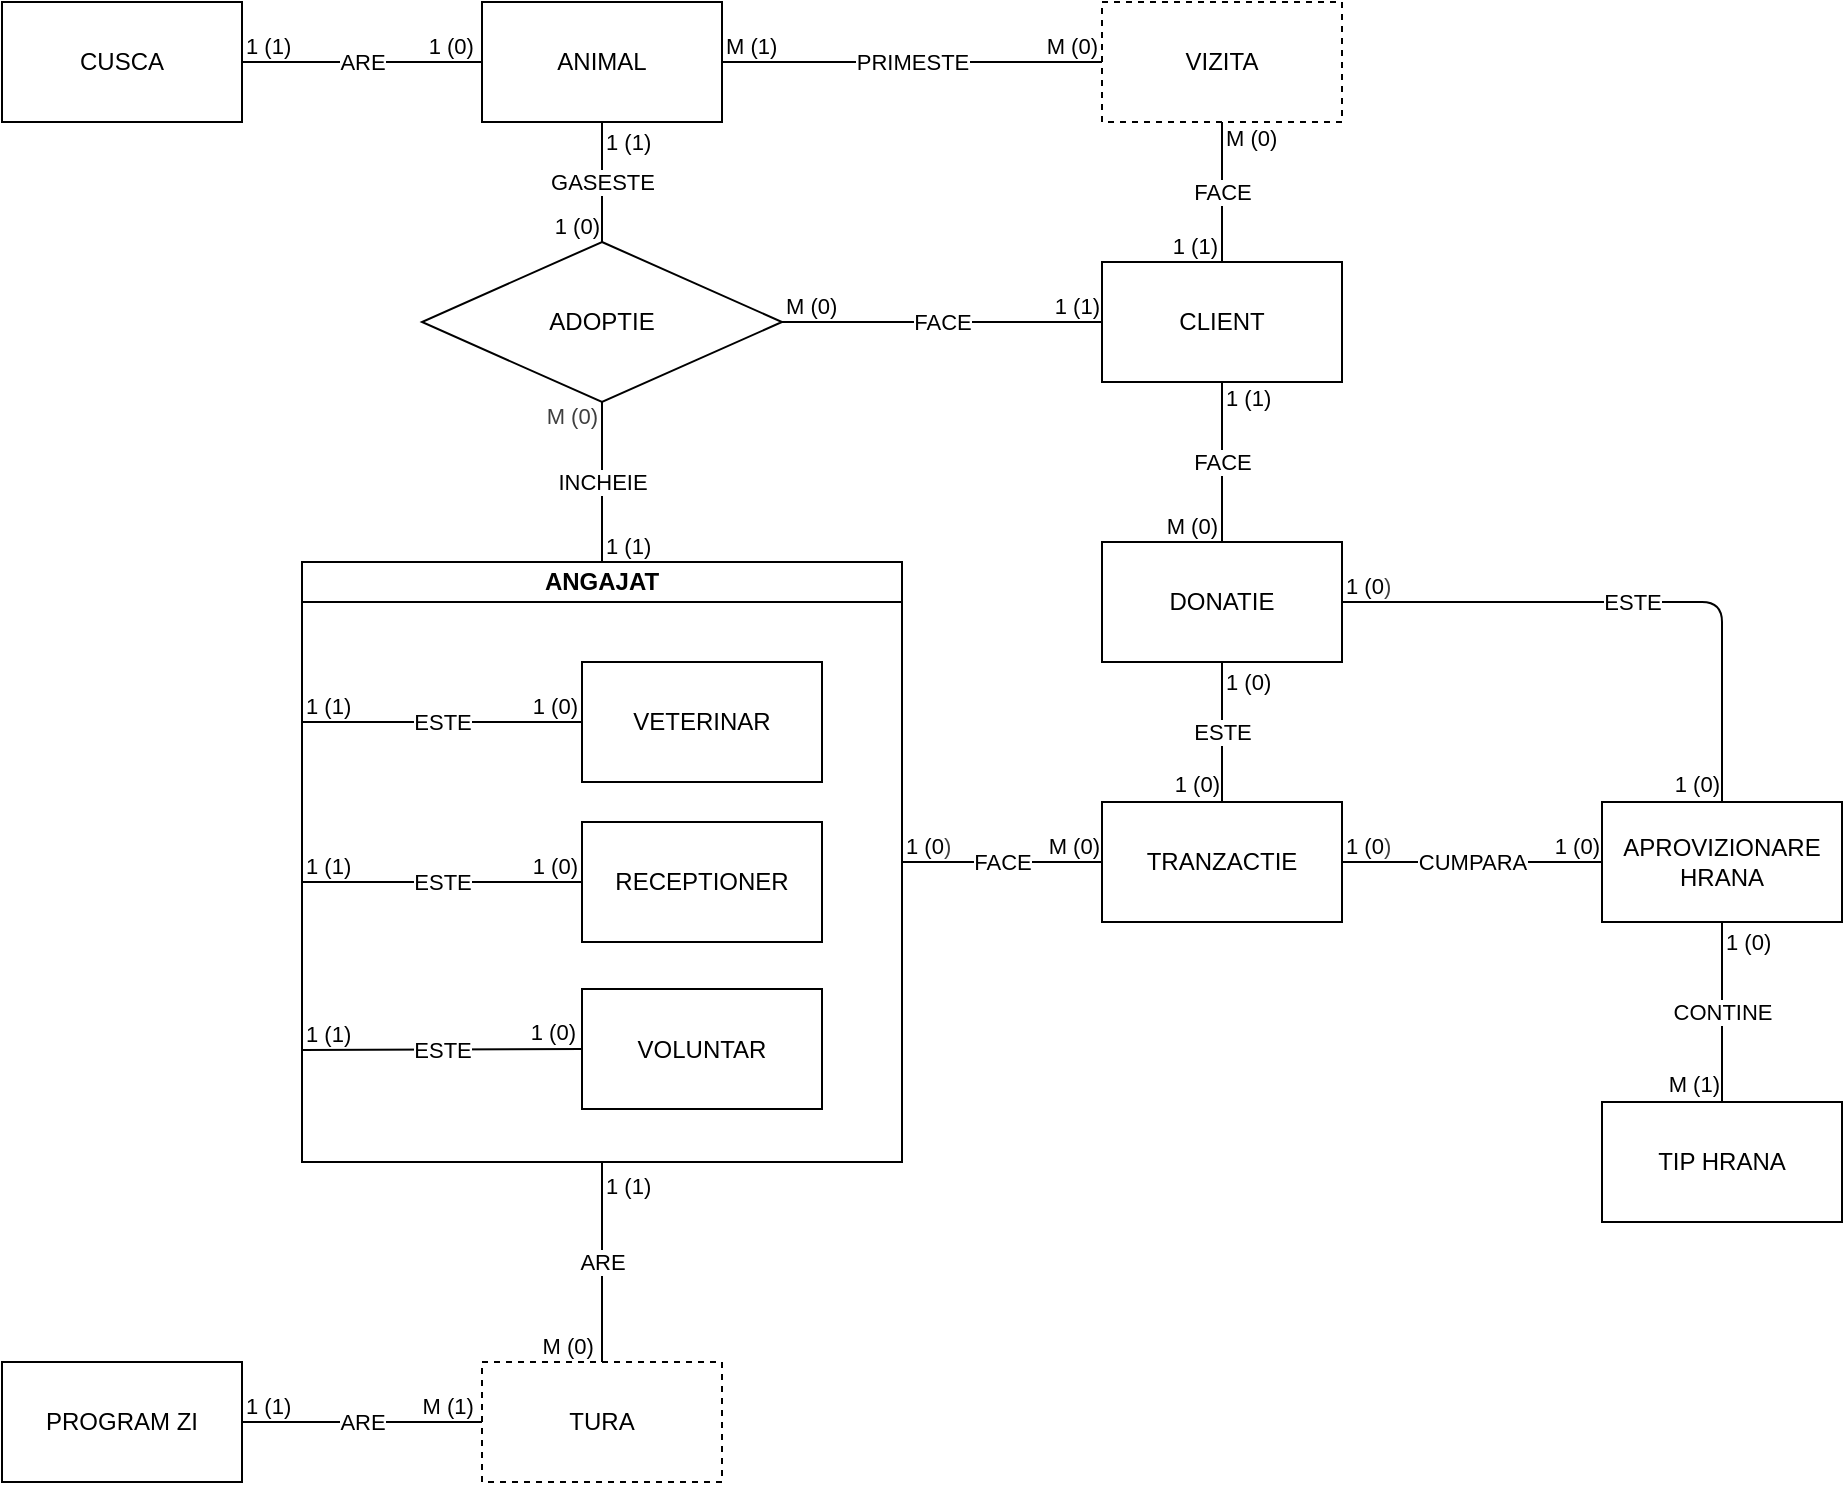
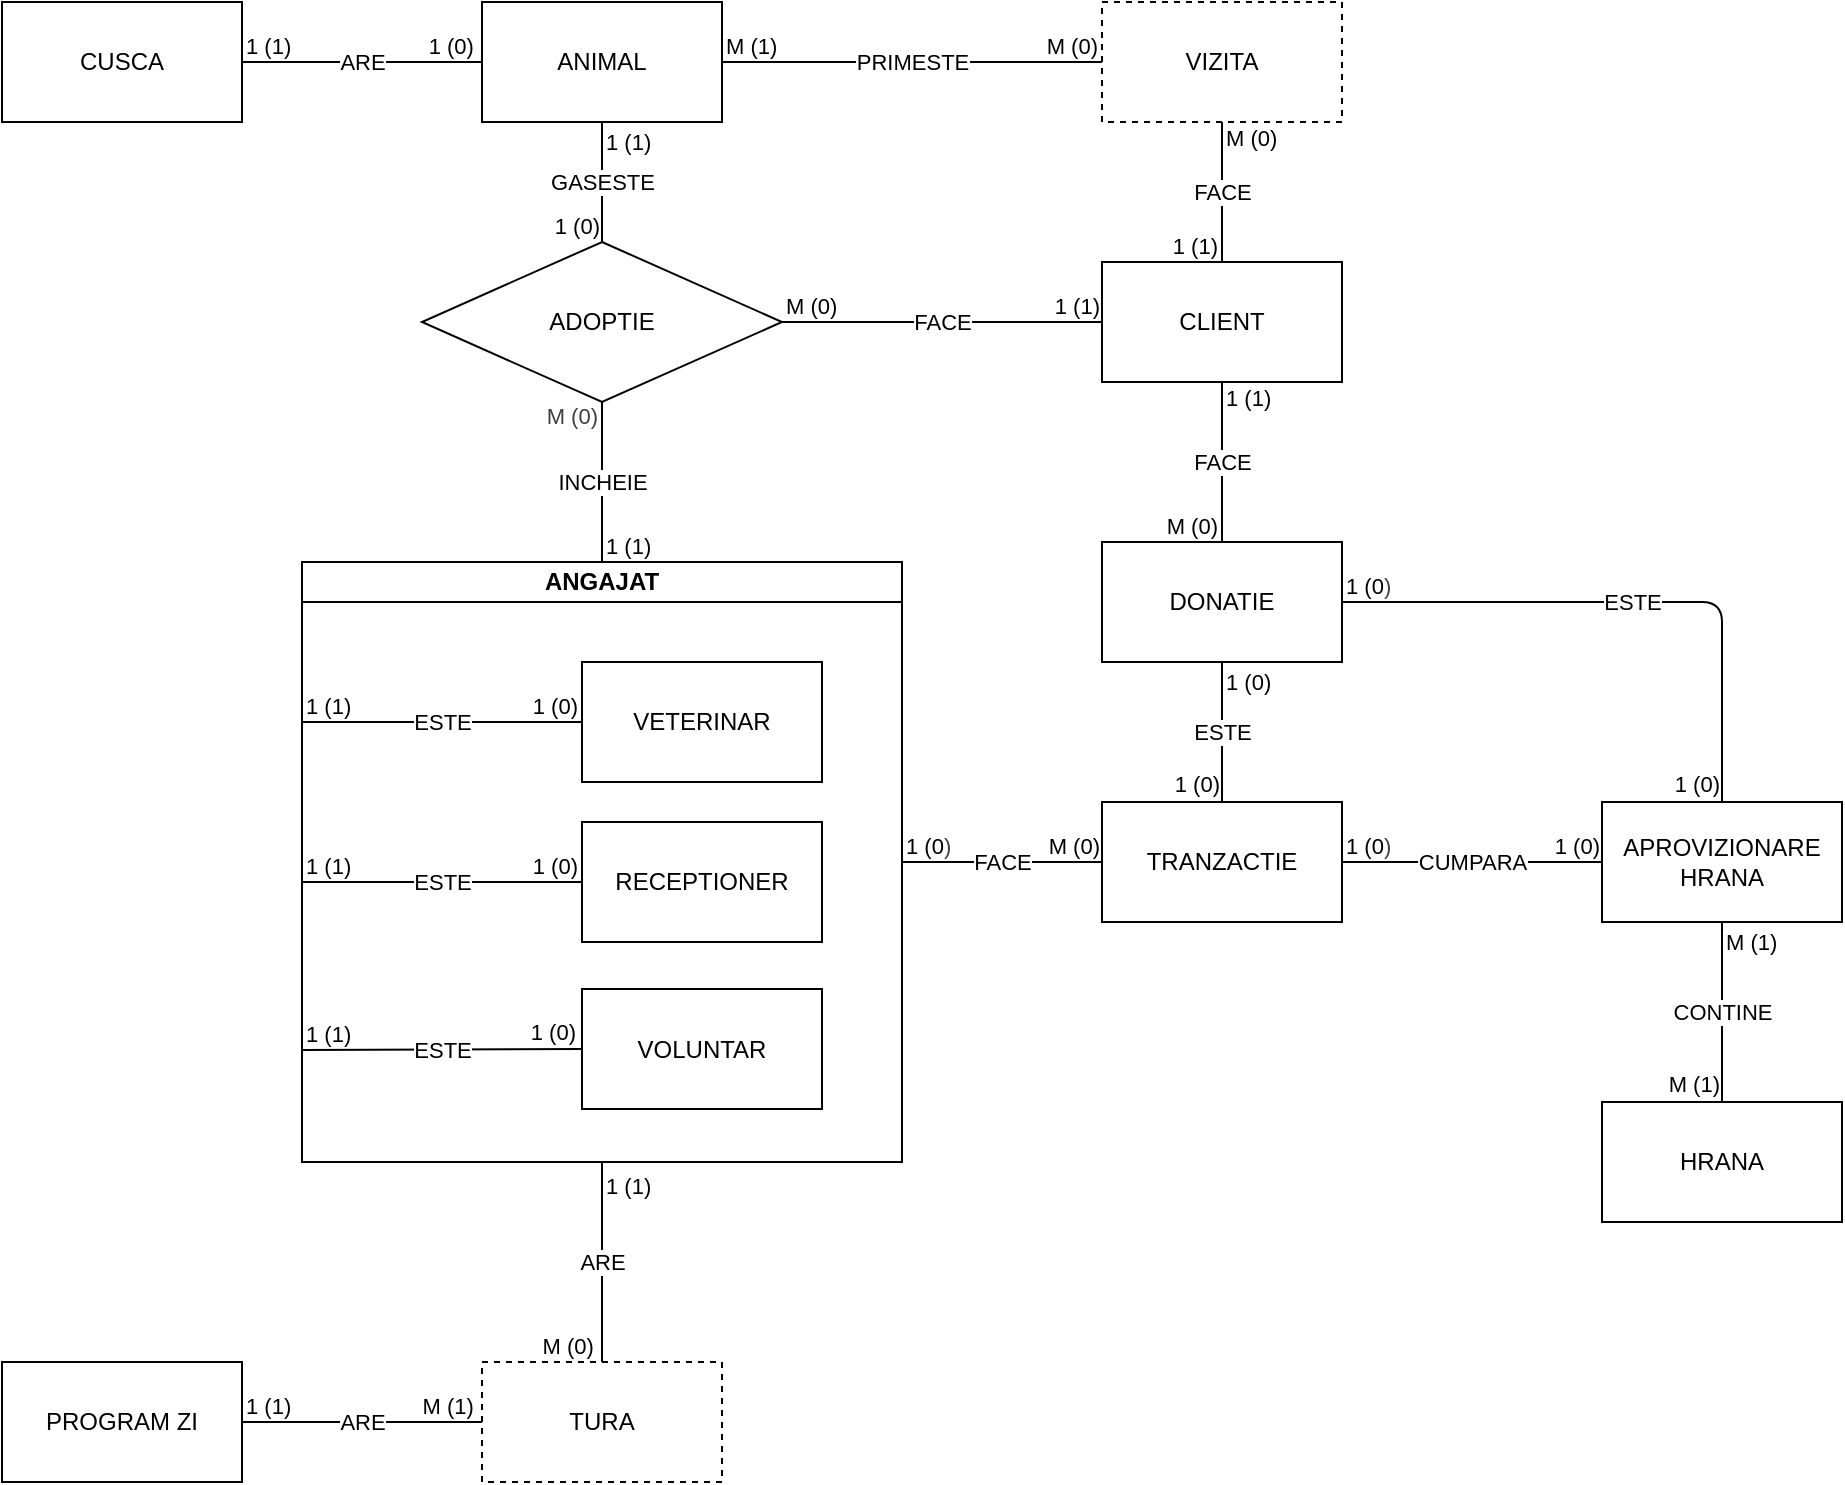
<mxfile host="65bd71144e">
    <diagram id="A1t5_ixmi6wKDEfljeF3" name="Page-1">
-         <mxGraphModel dx="762" dy="554" grid="1" gridSize="10" guides="1" tooltips="1" connect="1" arrows="1" fold="1" page="1" pageScale="1" pageWidth="1169" pageHeight="827" math="0" shadow="0">
+         <mxGraphModel dx="502" dy="299" grid="1" gridSize="10" guides="1" tooltips="1" connect="1" arrows="1" fold="1" page="1" pageScale="1" pageWidth="1169" pageHeight="827" math="0" shadow="0">
            <root>
                <mxCell id="0"/>
                <mxCell id="1" parent="0"/>
                <mxCell id="14" value="ANIMAL" style="rounded=0;whiteSpace=wrap;html=1;" parent="1" vertex="1">
                    <mxGeometry x="440" y="60" width="120" height="60" as="geometry"/>
                </mxCell>
                <mxCell id="17" value="CLIENT" style="rounded=0;whiteSpace=wrap;html=1;" parent="1" vertex="1">
                    <mxGeometry x="750" y="190" width="120" height="60" as="geometry"/>
                </mxCell>
                <mxCell id="22" value="ADOPTIE" style="rhombus;whiteSpace=wrap;html=1;" parent="1" vertex="1">
                    <mxGeometry x="410" y="180" width="180" height="80" as="geometry"/>
                </mxCell>
                <mxCell id="41" value="" style="group" parent="1" vertex="1" connectable="0">
                    <mxGeometry x="350" y="340" width="300" height="300" as="geometry"/>
                </mxCell>
                <mxCell id="16" value="ANGAJAT" style="swimlane;whiteSpace=wrap;html=1;container=0;startSize=20;" parent="41" vertex="1">
                    <mxGeometry width="300" height="300" as="geometry">
                        <mxRectangle x="280" y="160" width="90" height="30" as="alternateBounds"/>
                    </mxGeometry>
                </mxCell>
                <mxCell id="31" value="" style="endArrow=none;html=1;entryX=0;entryY=0.5;entryDx=0;entryDy=0;endFill=0;" parent="41" target="21" edge="1">
                    <mxGeometry relative="1" as="geometry">
                        <mxPoint y="244" as="sourcePoint"/>
                        <mxPoint x="170" y="130" as="targetPoint"/>
                    </mxGeometry>
                </mxCell>
                <mxCell id="32" value="ESTE" style="edgeLabel;resizable=0;html=1;;align=center;verticalAlign=middle;container=0;" parent="31" connectable="0" vertex="1">
                    <mxGeometry relative="1" as="geometry"/>
                </mxCell>
                <mxCell id="33" value="&lt;span style=&quot;color: rgb(0, 0, 0);&quot;&gt;1 (1)&lt;/span&gt;" style="edgeLabel;resizable=0;html=1;;align=left;verticalAlign=bottom;container=0;" parent="31" connectable="0" vertex="1">
                    <mxGeometry x="-1" relative="1" as="geometry"/>
                </mxCell>
                <mxCell id="34" value="&lt;span style=&quot;color: rgb(0, 0, 0); text-align: left;&quot;&gt;1 (0)&lt;/span&gt;" style="edgeLabel;resizable=0;html=1;;align=right;verticalAlign=bottom;container=0;" parent="31" connectable="0" vertex="1">
                    <mxGeometry x="1" relative="1" as="geometry">
                        <mxPoint x="-2" as="offset"/>
                    </mxGeometry>
                </mxCell>
                <mxCell id="35" value="" style="endArrow=none;html=1;entryX=0;entryY=0.5;entryDx=0;entryDy=0;endFill=0;" parent="41" target="19" edge="1">
                    <mxGeometry relative="1" as="geometry">
                        <mxPoint y="80" as="sourcePoint"/>
                        <mxPoint x="170" y="130" as="targetPoint"/>
                        <Array as="points">
                            <mxPoint y="80"/>
                        </Array>
                    </mxGeometry>
                </mxCell>
                <mxCell id="36" value="ESTE" style="edgeLabel;resizable=0;html=1;;align=center;verticalAlign=middle;container=0;" parent="35" connectable="0" vertex="1">
                    <mxGeometry relative="1" as="geometry"/>
                </mxCell>
                <mxCell id="37" value="1 (1)" style="edgeLabel;resizable=0;html=1;;align=left;verticalAlign=bottom;container=0;" parent="35" connectable="0" vertex="1">
                    <mxGeometry x="-1" relative="1" as="geometry"/>
                </mxCell>
                <mxCell id="38" value="&lt;span style=&quot;color: rgb(0, 0, 0); text-align: left;&quot;&gt;1 (0)&lt;/span&gt;" style="edgeLabel;resizable=0;html=1;;align=right;verticalAlign=bottom;container=0;" parent="35" connectable="0" vertex="1">
                    <mxGeometry x="1" relative="1" as="geometry">
                        <mxPoint x="-2" as="offset"/>
                    </mxGeometry>
                </mxCell>
                <mxCell id="19" value="VETERINAR" style="rounded=0;whiteSpace=wrap;html=1;container=0;" parent="41" vertex="1">
                    <mxGeometry x="140" y="50" width="120" height="60" as="geometry"/>
                </mxCell>
                <mxCell id="20" value="RECEPTIONER" style="rounded=0;whiteSpace=wrap;html=1;container=0;" parent="41" vertex="1">
                    <mxGeometry x="140" y="130" width="120" height="60" as="geometry"/>
                </mxCell>
                <mxCell id="21" value="VOLUNTAR" style="rounded=0;whiteSpace=wrap;html=1;container=0;" parent="41" vertex="1">
                    <mxGeometry x="140" y="213.5" width="120" height="60" as="geometry"/>
                </mxCell>
                <mxCell id="27" value="" style="endArrow=none;html=1;entryX=0;entryY=0.5;entryDx=0;entryDy=0;endFill=0;" parent="41" target="20" edge="1">
                    <mxGeometry relative="1" as="geometry">
                        <mxPoint y="160" as="sourcePoint"/>
                        <mxPoint x="160" y="170" as="targetPoint"/>
                    </mxGeometry>
                </mxCell>
                <mxCell id="28" value="ESTE" style="edgeLabel;resizable=0;html=1;;align=center;verticalAlign=middle;container=0;" parent="27" connectable="0" vertex="1">
                    <mxGeometry relative="1" as="geometry"/>
                </mxCell>
                <mxCell id="29" value="&lt;span style=&quot;color: rgb(0, 0, 0);&quot;&gt;1 (1)&lt;/span&gt;" style="edgeLabel;resizable=0;html=1;;align=left;verticalAlign=bottom;container=0;" parent="27" connectable="0" vertex="1">
                    <mxGeometry x="-1" relative="1" as="geometry"/>
                </mxCell>
                <mxCell id="30" value="&lt;span style=&quot;color: rgb(0, 0, 0); text-align: left;&quot;&gt;1 (0)&lt;/span&gt;" style="edgeLabel;resizable=0;html=1;;align=right;verticalAlign=bottom;container=0;" parent="27" connectable="0" vertex="1">
                    <mxGeometry x="1" relative="1" as="geometry">
                        <mxPoint x="-2" as="offset"/>
                    </mxGeometry>
                </mxCell>
                <mxCell id="42" value="TURA" style="rounded=0;whiteSpace=wrap;html=1;dashed=1;" parent="1" vertex="1">
                    <mxGeometry x="440" y="740" width="120" height="60" as="geometry"/>
                </mxCell>
                <mxCell id="44" value="CUSCA" style="rounded=0;whiteSpace=wrap;html=1;" parent="1" vertex="1">
                    <mxGeometry x="200" y="60" width="120" height="60" as="geometry"/>
                </mxCell>
                <mxCell id="45" value="" style="endArrow=none;html=1;entryX=0.5;entryY=1;entryDx=0;entryDy=0;exitX=0.5;exitY=0;exitDx=0;exitDy=0;edgeStyle=orthogonalEdgeStyle;elbow=vertical;endFill=0;" parent="1" source="16" target="22" edge="1">
                    <mxGeometry relative="1" as="geometry">
                        <mxPoint x="370" y="400" as="sourcePoint"/>
                        <mxPoint x="530" y="400" as="targetPoint"/>
                    </mxGeometry>
                </mxCell>
                <mxCell id="46" value="INCHEIE" style="edgeLabel;resizable=0;html=1;;align=center;verticalAlign=middle;" parent="45" connectable="0" vertex="1">
                    <mxGeometry relative="1" as="geometry"/>
                </mxCell>
                <mxCell id="47" value="1 (1)" style="edgeLabel;resizable=0;html=1;;align=left;verticalAlign=bottom;" parent="45" connectable="0" vertex="1">
                    <mxGeometry x="-1" relative="1" as="geometry"/>
                </mxCell>
                <mxCell id="48" value="&lt;div&gt;&lt;span style=&quot;background-color: light-dark(#ffffff, var(--ge-dark-color, #121212)); color: rgb(63, 63, 63);&quot;&gt;M (0)&lt;/span&gt;&lt;/div&gt;" style="edgeLabel;resizable=0;html=1;;align=right;verticalAlign=bottom;" parent="45" connectable="0" vertex="1">
                    <mxGeometry x="1" relative="1" as="geometry">
                        <mxPoint x="-2" y="15" as="offset"/>
                    </mxGeometry>
                </mxCell>
                <mxCell id="49" value="" style="endArrow=none;html=1;entryX=0.5;entryY=0;entryDx=0;entryDy=0;exitX=0.5;exitY=1;exitDx=0;exitDy=0;endFill=0;" parent="1" source="16" target="42" edge="1">
                    <mxGeometry relative="1" as="geometry">
                        <mxPoint x="90" y="524" as="sourcePoint"/>
                        <mxPoint x="250" y="524" as="targetPoint"/>
                    </mxGeometry>
                </mxCell>
                <mxCell id="50" value="ARE" style="edgeLabel;resizable=0;html=1;;align=center;verticalAlign=middle;" parent="49" connectable="0" vertex="1">
                    <mxGeometry relative="1" as="geometry"/>
                </mxCell>
                <mxCell id="51" value="1 (1)" style="edgeLabel;resizable=0;html=1;;align=left;verticalAlign=bottom;" parent="49" connectable="0" vertex="1">
                    <mxGeometry x="-1" relative="1" as="geometry">
                        <mxPoint y="20" as="offset"/>
                    </mxGeometry>
                </mxCell>
                <mxCell id="52" value="M (0)&amp;nbsp;" style="edgeLabel;resizable=0;html=1;;align=right;verticalAlign=bottom;" parent="49" connectable="0" vertex="1">
                    <mxGeometry x="1" relative="1" as="geometry">
                        <mxPoint x="-1" as="offset"/>
                    </mxGeometry>
                </mxCell>
                <mxCell id="54" value="" style="endArrow=none;html=1;exitX=1;exitY=0.5;exitDx=0;exitDy=0;entryX=0;entryY=0.5;entryDx=0;entryDy=0;endFill=0;" parent="1" source="22" target="17" edge="1">
                    <mxGeometry relative="1" as="geometry">
                        <mxPoint x="370" y="400" as="sourcePoint"/>
                        <mxPoint x="530" y="400" as="targetPoint"/>
                    </mxGeometry>
                </mxCell>
                <mxCell id="55" value="FACE" style="edgeLabel;resizable=0;html=1;;align=center;verticalAlign=middle;" parent="54" connectable="0" vertex="1">
                    <mxGeometry relative="1" as="geometry"/>
                </mxCell>
                <mxCell id="56" value="M (0)" style="edgeLabel;resizable=0;html=1;;align=left;verticalAlign=bottom;" parent="54" connectable="0" vertex="1">
                    <mxGeometry x="-1" relative="1" as="geometry"/>
                </mxCell>
                <mxCell id="57" value="1 (1)" style="edgeLabel;resizable=0;html=1;;align=right;verticalAlign=bottom;" parent="54" connectable="0" vertex="1">
                    <mxGeometry x="1" relative="1" as="geometry">
                        <mxPoint x="-1" as="offset"/>
                    </mxGeometry>
                </mxCell>
                <mxCell id="58" value="" style="endArrow=none;html=1;exitX=0.5;exitY=1;exitDx=0;exitDy=0;entryX=0.5;entryY=0;entryDx=0;entryDy=0;endFill=0;" parent="1" source="14" target="22" edge="1">
                    <mxGeometry relative="1" as="geometry">
                        <mxPoint x="370" y="400" as="sourcePoint"/>
                        <mxPoint x="530" y="400" as="targetPoint"/>
                    </mxGeometry>
                </mxCell>
                <mxCell id="59" value="GASESTE" style="edgeLabel;resizable=0;html=1;;align=center;verticalAlign=middle;" parent="58" connectable="0" vertex="1">
                    <mxGeometry relative="1" as="geometry"/>
                </mxCell>
                <mxCell id="60" value="1 (1)" style="edgeLabel;resizable=0;html=1;;align=left;verticalAlign=bottom;" parent="58" connectable="0" vertex="1">
                    <mxGeometry x="-1" relative="1" as="geometry">
                        <mxPoint y="18" as="offset"/>
                    </mxGeometry>
                </mxCell>
                <mxCell id="61" value="1 (0)" style="edgeLabel;resizable=0;html=1;;align=right;verticalAlign=bottom;" parent="58" connectable="0" vertex="1">
                    <mxGeometry x="1" relative="1" as="geometry">
                        <mxPoint x="-1" as="offset"/>
                    </mxGeometry>
                </mxCell>
                <mxCell id="62" value="" style="endArrow=none;html=1;exitX=1;exitY=0.5;exitDx=0;exitDy=0;entryX=0;entryY=0.5;entryDx=0;entryDy=0;endFill=0;" parent="1" source="44" target="14" edge="1">
                    <mxGeometry relative="1" as="geometry">
                        <mxPoint x="370" y="400" as="sourcePoint"/>
                        <mxPoint x="530" y="400" as="targetPoint"/>
                    </mxGeometry>
                </mxCell>
                <mxCell id="63" value="ARE" style="edgeLabel;resizable=0;html=1;;align=center;verticalAlign=middle;" parent="62" connectable="0" vertex="1">
                    <mxGeometry relative="1" as="geometry"/>
                </mxCell>
                <mxCell id="64" value="1 (1)" style="edgeLabel;resizable=0;html=1;;align=left;verticalAlign=bottom;" parent="62" connectable="0" vertex="1">
                    <mxGeometry x="-1" relative="1" as="geometry"/>
                </mxCell>
                <mxCell id="65" value="1 (0)&amp;nbsp;" style="edgeLabel;resizable=0;html=1;;align=right;verticalAlign=bottom;" parent="62" connectable="0" vertex="1">
                    <mxGeometry x="1" relative="1" as="geometry">
                        <mxPoint x="-1" as="offset"/>
                    </mxGeometry>
                </mxCell>
                <mxCell id="72" value="" style="endArrow=none;html=1;entryX=0.5;entryY=0;entryDx=0;entryDy=0;endFill=0;exitX=0.5;exitY=1;exitDx=0;exitDy=0;" parent="1" source="90" target="17" edge="1">
                    <mxGeometry relative="1" as="geometry">
                        <mxPoint x="1030" y="190" as="sourcePoint"/>
                        <mxPoint x="610" y="490" as="targetPoint"/>
                    </mxGeometry>
                </mxCell>
                <mxCell id="73" value="FACE" style="edgeLabel;resizable=0;html=1;;align=center;verticalAlign=middle;" parent="72" connectable="0" vertex="1">
                    <mxGeometry relative="1" as="geometry"/>
                </mxCell>
                <mxCell id="74" value="M (0)" style="edgeLabel;resizable=0;html=1;;align=left;verticalAlign=bottom;" parent="72" connectable="0" vertex="1">
                    <mxGeometry x="-1" relative="1" as="geometry">
                        <mxPoint y="16" as="offset"/>
                    </mxGeometry>
                </mxCell>
                <mxCell id="75" value="1 (1)" style="edgeLabel;resizable=0;html=1;;align=right;verticalAlign=bottom;" parent="72" connectable="0" vertex="1">
                    <mxGeometry x="1" relative="1" as="geometry">
                        <mxPoint x="-2" as="offset"/>
                    </mxGeometry>
                </mxCell>
                <mxCell id="78" value="" style="endArrow=none;html=1;exitX=1;exitY=0.5;exitDx=0;exitDy=0;endFill=0;entryX=0;entryY=0.5;entryDx=0;entryDy=0;" parent="1" source="14" target="90" edge="1">
                    <mxGeometry relative="1" as="geometry">
                        <mxPoint x="670" y="89.55000000000001" as="sourcePoint"/>
                        <mxPoint x="900" y="100" as="targetPoint"/>
                        <Array as="points"/>
                    </mxGeometry>
                </mxCell>
                <mxCell id="79" value="PRIMESTE" style="edgeLabel;resizable=0;html=1;;align=center;verticalAlign=middle;" parent="78" connectable="0" vertex="1">
                    <mxGeometry relative="1" as="geometry"/>
                </mxCell>
                <mxCell id="80" value="M (1)" style="edgeLabel;resizable=0;html=1;;align=left;verticalAlign=bottom;" parent="78" connectable="0" vertex="1">
                    <mxGeometry x="-1" relative="1" as="geometry"/>
                </mxCell>
                <mxCell id="81" value="M (0)" style="edgeLabel;resizable=0;html=1;;align=right;verticalAlign=bottom;" parent="78" connectable="0" vertex="1">
                    <mxGeometry x="1" relative="1" as="geometry">
                        <mxPoint x="-2" as="offset"/>
                    </mxGeometry>
                </mxCell>
                <mxCell id="83" value="PROGRAM ZI" style="rounded=0;whiteSpace=wrap;html=1;" parent="1" vertex="1">
                    <mxGeometry x="200" y="740" width="120" height="60" as="geometry"/>
                </mxCell>
                <mxCell id="84" value="" style="endArrow=none;html=1;exitX=1;exitY=0.5;exitDx=0;exitDy=0;entryX=0;entryY=0.5;entryDx=0;entryDy=0;endFill=0;" parent="1" source="83" target="42" edge="1">
                    <mxGeometry relative="1" as="geometry">
                        <mxPoint x="440" y="710" as="sourcePoint"/>
                        <mxPoint x="600" y="710" as="targetPoint"/>
                    </mxGeometry>
                </mxCell>
                <mxCell id="85" value="ARE" style="edgeLabel;resizable=0;html=1;;align=center;verticalAlign=middle;" parent="84" connectable="0" vertex="1">
                    <mxGeometry relative="1" as="geometry"/>
                </mxCell>
                <mxCell id="86" value="1 (1)" style="edgeLabel;resizable=0;html=1;;align=left;verticalAlign=bottom;" parent="84" connectable="0" vertex="1">
                    <mxGeometry x="-1" relative="1" as="geometry"/>
                </mxCell>
                <mxCell id="87" value="M (1)&amp;nbsp;" style="edgeLabel;resizable=0;html=1;;align=right;verticalAlign=bottom;" parent="84" connectable="0" vertex="1">
                    <mxGeometry x="1" relative="1" as="geometry">
                        <mxPoint x="-1" as="offset"/>
                    </mxGeometry>
                </mxCell>
                <mxCell id="90" value="VIZITA" style="rounded=0;whiteSpace=wrap;html=1;dashed=1;" parent="1" vertex="1">
                    <mxGeometry x="750" y="60" width="120" height="60" as="geometry"/>
                </mxCell>
-                 <mxCell id="91" value="TRANZACTIE" style="rounded=0;whiteSpace=wrap;html=1;" vertex="1" parent="1">
+                 <mxCell id="91" value="TRANZACTIE" style="rounded=0;whiteSpace=wrap;html=1;" parent="1" vertex="1">
                    <mxGeometry x="750" y="460" width="120" height="60" as="geometry"/>
                </mxCell>
-                 <mxCell id="92" value="" style="endArrow=none;html=1;exitX=1;exitY=0.5;exitDx=0;exitDy=0;entryX=0;entryY=0.5;entryDx=0;entryDy=0;endFill=0;" edge="1" parent="1" source="16" target="91">
+                 <mxCell id="92" value="" style="endArrow=none;html=1;exitX=1;exitY=0.5;exitDx=0;exitDy=0;entryX=0;entryY=0.5;entryDx=0;entryDy=0;endFill=0;" parent="1" source="16" target="91" edge="1">
                    <mxGeometry relative="1" as="geometry">
                        <mxPoint x="600" y="230" as="sourcePoint"/>
                        <mxPoint x="760" y="230" as="targetPoint"/>
                    </mxGeometry>
                </mxCell>
-                 <mxCell id="93" value="FACE" style="edgeLabel;resizable=0;html=1;;align=center;verticalAlign=middle;" connectable="0" vertex="1" parent="92">
-                     <mxGeometry relative="1" as="geometry"/>
-                 </mxCell>
-                 <mxCell id="94" value="1 (0&lt;span style=&quot;color: rgb(63, 63, 63); background-color: light-dark(#ffffff, var(--ge-dark-color, #121212));&quot;&gt;)&lt;/span&gt;" style="edgeLabel;resizable=0;html=1;;align=left;verticalAlign=bottom;" connectable="0" vertex="1" parent="92">
-                     <mxGeometry x="-1" relative="1" as="geometry"/>
-                 </mxCell>
-                 <mxCell id="95" value="M (0)" style="edgeLabel;resizable=0;html=1;;align=right;verticalAlign=bottom;" connectable="0" vertex="1" parent="92">
-                     <mxGeometry x="1" relative="1" as="geometry">
-                         <mxPoint x="-1" as="offset"/>
-                     </mxGeometry>
-                 </mxCell>
-                 <mxCell id="96" value="DONATIE" style="rounded=0;whiteSpace=wrap;html=1;" vertex="1" parent="1">
+                 <mxCell id="93" value="FACE" style="edgeLabel;resizable=0;html=1;;align=center;verticalAlign=middle;" parent="92" connectable="0" vertex="1">
+                     <mxGeometry relative="1" as="geometry"/>
+                 </mxCell>
+                 <mxCell id="94" value="1 (0&lt;span style=&quot;color: rgb(63, 63, 63); background-color: light-dark(#ffffff, var(--ge-dark-color, #121212));&quot;&gt;)&lt;/span&gt;" style="edgeLabel;resizable=0;html=1;;align=left;verticalAlign=bottom;" parent="92" connectable="0" vertex="1">
+                     <mxGeometry x="-1" relative="1" as="geometry"/>
+                 </mxCell>
+                 <mxCell id="95" value="M (0)" style="edgeLabel;resizable=0;html=1;;align=right;verticalAlign=bottom;" parent="92" connectable="0" vertex="1">
+                     <mxGeometry x="1" relative="1" as="geometry">
+                         <mxPoint x="-1" as="offset"/>
+                     </mxGeometry>
+                 </mxCell>
+                 <mxCell id="96" value="DONATIE" style="rounded=0;whiteSpace=wrap;html=1;" parent="1" vertex="1">
                    <mxGeometry x="750" y="330" width="120" height="60" as="geometry"/>
                </mxCell>
-                 <mxCell id="97" value="APROVIZIONARE&lt;div&gt;HRANA&lt;/div&gt;" style="rounded=0;whiteSpace=wrap;html=1;" vertex="1" parent="1">
+                 <mxCell id="97" value="APROVIZIONARE&lt;div&gt;HRANA&lt;/div&gt;" style="rounded=0;whiteSpace=wrap;html=1;" parent="1" vertex="1">
                    <mxGeometry x="1000" y="460" width="120" height="60" as="geometry"/>
                </mxCell>
-                 <mxCell id="98" value="TIP HRANA" style="rounded=0;whiteSpace=wrap;html=1;" vertex="1" parent="1">
+                 <mxCell id="98" value="HRANA" style="rounded=0;whiteSpace=wrap;html=1;" parent="1" vertex="1">
                    <mxGeometry x="1000" y="610" width="120" height="60" as="geometry"/>
                </mxCell>
-                 <mxCell id="99" value="ESTE" style="endArrow=none;html=1;exitX=0.5;exitY=1;exitDx=0;exitDy=0;endFill=0;" edge="1" parent="1" source="96">
+                 <mxCell id="99" value="ESTE" style="endArrow=none;html=1;exitX=0.5;exitY=1;exitDx=0;exitDy=0;endFill=0;" parent="1" source="96" edge="1">
                    <mxGeometry relative="1" as="geometry">
                        <mxPoint x="660" y="500" as="sourcePoint"/>
                        <mxPoint x="810" y="460" as="targetPoint"/>
                    </mxGeometry>
                </mxCell>
-                 <mxCell id="101" value="1 (0)" style="edgeLabel;resizable=0;html=1;;align=left;verticalAlign=bottom;" connectable="0" vertex="1" parent="99">
+                 <mxCell id="101" value="1 (0)" style="edgeLabel;resizable=0;html=1;;align=left;verticalAlign=bottom;" parent="99" connectable="0" vertex="1">
                    <mxGeometry x="-1" relative="1" as="geometry">
                        <mxPoint y="18" as="offset"/>
                    </mxGeometry>
                </mxCell>
-                 <mxCell id="102" value="1 (0)" style="edgeLabel;resizable=0;html=1;;align=right;verticalAlign=bottom;" connectable="0" vertex="1" parent="99">
+                 <mxCell id="102" value="1 (0)" style="edgeLabel;resizable=0;html=1;;align=right;verticalAlign=bottom;" parent="99" connectable="0" vertex="1">
                    <mxGeometry x="1" relative="1" as="geometry">
                        <mxPoint x="-1" y="-1" as="offset"/>
                    </mxGeometry>
                </mxCell>
-                 <mxCell id="107" value="" style="endArrow=none;html=1;exitX=1;exitY=0.5;exitDx=0;exitDy=0;entryX=0;entryY=0.5;entryDx=0;entryDy=0;endFill=0;" edge="1" parent="1" source="91" target="97">
+                 <mxCell id="107" value="" style="endArrow=none;html=1;exitX=1;exitY=0.5;exitDx=0;exitDy=0;entryX=0;entryY=0.5;entryDx=0;entryDy=0;endFill=0;" parent="1" source="91" target="97" edge="1">
                    <mxGeometry relative="1" as="geometry">
                        <mxPoint x="890" y="570" as="sourcePoint"/>
                        <mxPoint x="990" y="570" as="targetPoint"/>
                    </mxGeometry>
                </mxCell>
-                 <mxCell id="108" value="CUMPARA" style="edgeLabel;resizable=0;html=1;;align=center;verticalAlign=middle;" connectable="0" vertex="1" parent="107">
-                     <mxGeometry relative="1" as="geometry"/>
-                 </mxCell>
-                 <mxCell id="109" value="1 (0&lt;span style=&quot;color: rgb(63, 63, 63); background-color: light-dark(#ffffff, var(--ge-dark-color, #121212));&quot;&gt;)&lt;/span&gt;" style="edgeLabel;resizable=0;html=1;;align=left;verticalAlign=bottom;" connectable="0" vertex="1" parent="107">
-                     <mxGeometry x="-1" relative="1" as="geometry"/>
-                 </mxCell>
-                 <mxCell id="110" value="1 (0)" style="edgeLabel;resizable=0;html=1;;align=right;verticalAlign=bottom;" connectable="0" vertex="1" parent="107">
-                     <mxGeometry x="1" relative="1" as="geometry">
-                         <mxPoint x="-1" as="offset"/>
-                     </mxGeometry>
-                 </mxCell>
-                 <mxCell id="111" value="CONTINE" style="endArrow=none;html=1;entryX=0.5;entryY=0;entryDx=0;entryDy=0;endFill=0;exitX=0.5;exitY=1;exitDx=0;exitDy=0;" edge="1" parent="1" source="97" target="98">
+                 <mxCell id="108" value="CUMPARA" style="edgeLabel;resizable=0;html=1;;align=center;verticalAlign=middle;" parent="107" connectable="0" vertex="1">
+                     <mxGeometry relative="1" as="geometry"/>
+                 </mxCell>
+                 <mxCell id="109" value="1 (0&lt;span style=&quot;color: rgb(63, 63, 63); background-color: light-dark(#ffffff, var(--ge-dark-color, #121212));&quot;&gt;)&lt;/span&gt;" style="edgeLabel;resizable=0;html=1;;align=left;verticalAlign=bottom;" parent="107" connectable="0" vertex="1">
+                     <mxGeometry x="-1" relative="1" as="geometry"/>
+                 </mxCell>
+                 <mxCell id="110" value="1 (0)" style="edgeLabel;resizable=0;html=1;;align=right;verticalAlign=bottom;" parent="107" connectable="0" vertex="1">
+                     <mxGeometry x="1" relative="1" as="geometry">
+                         <mxPoint x="-1" as="offset"/>
+                     </mxGeometry>
+                 </mxCell>
+                 <mxCell id="111" value="CONTINE" style="endArrow=none;html=1;entryX=0.5;entryY=0;entryDx=0;entryDy=0;endFill=0;exitX=0.5;exitY=1;exitDx=0;exitDy=0;" parent="1" source="97" target="98" edge="1">
                    <mxGeometry relative="1" as="geometry">
                        <mxPoint x="1080" y="590" as="sourcePoint"/>
                        <mxPoint x="900" y="350" as="targetPoint"/>
                    </mxGeometry>
                </mxCell>
-                 <mxCell id="112" value="1 (0)" style="edgeLabel;resizable=0;html=1;;align=left;verticalAlign=bottom;" connectable="0" vertex="1" parent="111">
+                 <mxCell id="112" value="M (1)" style="edgeLabel;resizable=0;html=1;;align=left;verticalAlign=bottom;" parent="111" connectable="0" vertex="1">
                    <mxGeometry x="-1" relative="1" as="geometry">
                        <mxPoint y="18" as="offset"/>
                    </mxGeometry>
                </mxCell>
-                 <mxCell id="113" value="M (1)" style="edgeLabel;resizable=0;html=1;;align=right;verticalAlign=bottom;" connectable="0" vertex="1" parent="111">
+                 <mxCell id="113" value="M (1)" style="edgeLabel;resizable=0;html=1;;align=right;verticalAlign=bottom;" parent="111" connectable="0" vertex="1">
                    <mxGeometry x="1" relative="1" as="geometry">
                        <mxPoint x="-1" y="-1" as="offset"/>
                    </mxGeometry>
                </mxCell>
-                 <mxCell id="114" value="" style="endArrow=none;html=1;exitX=1;exitY=0.5;exitDx=0;exitDy=0;entryX=0.5;entryY=0;entryDx=0;entryDy=0;endFill=0;" edge="1" parent="1" source="96" target="97">
+                 <mxCell id="114" value="" style="endArrow=none;html=1;exitX=1;exitY=0.5;exitDx=0;exitDy=0;entryX=0.5;entryY=0;entryDx=0;entryDy=0;endFill=0;" parent="1" source="96" target="97" edge="1">
                    <mxGeometry relative="1" as="geometry">
                        <mxPoint x="910" y="640" as="sourcePoint"/>
                        <mxPoint x="1040" y="640" as="targetPoint"/>
                        <Array as="points">
                            <mxPoint x="1060" y="360"/>
                        </Array>
                    </mxGeometry>
                </mxCell>
-                 <mxCell id="115" value="ESTE" style="edgeLabel;resizable=0;html=1;;align=center;verticalAlign=middle;" connectable="0" vertex="1" parent="114">
-                     <mxGeometry relative="1" as="geometry"/>
-                 </mxCell>
-                 <mxCell id="116" value="1 (0&lt;span style=&quot;color: rgb(63, 63, 63); background-color: light-dark(#ffffff, var(--ge-dark-color, #121212));&quot;&gt;)&lt;/span&gt;" style="edgeLabel;resizable=0;html=1;;align=left;verticalAlign=bottom;" connectable="0" vertex="1" parent="114">
-                     <mxGeometry x="-1" relative="1" as="geometry"/>
-                 </mxCell>
-                 <mxCell id="117" value="1 (0)" style="edgeLabel;resizable=0;html=1;;align=right;verticalAlign=bottom;" connectable="0" vertex="1" parent="114">
+                 <mxCell id="115" value="ESTE" style="edgeLabel;resizable=0;html=1;;align=center;verticalAlign=middle;" parent="114" connectable="0" vertex="1">
+                     <mxGeometry relative="1" as="geometry"/>
+                 </mxCell>
+                 <mxCell id="116" value="1 (0&lt;span style=&quot;color: rgb(63, 63, 63); background-color: light-dark(#ffffff, var(--ge-dark-color, #121212));&quot;&gt;)&lt;/span&gt;" style="edgeLabel;resizable=0;html=1;;align=left;verticalAlign=bottom;" parent="114" connectable="0" vertex="1">
+                     <mxGeometry x="-1" relative="1" as="geometry"/>
+                 </mxCell>
+                 <mxCell id="117" value="1 (0)" style="edgeLabel;resizable=0;html=1;;align=right;verticalAlign=bottom;" parent="114" connectable="0" vertex="1">
                    <mxGeometry x="1" relative="1" as="geometry">
                        <mxPoint x="-1" y="-1" as="offset"/>
                    </mxGeometry>
                </mxCell>
-                 <mxCell id="120" value="" style="endArrow=none;html=1;entryX=0.5;entryY=0;entryDx=0;entryDy=0;endFill=0;exitX=0.5;exitY=1;exitDx=0;exitDy=0;" edge="1" parent="1" source="17" target="96">
+                 <mxCell id="120" value="" style="endArrow=none;html=1;entryX=0.5;entryY=0;entryDx=0;entryDy=0;endFill=0;exitX=0.5;exitY=1;exitDx=0;exitDy=0;" parent="1" source="17" target="96" edge="1">
                    <mxGeometry relative="1" as="geometry">
                        <mxPoint x="820" y="130" as="sourcePoint"/>
                        <mxPoint x="820" y="200" as="targetPoint"/>
                    </mxGeometry>
                </mxCell>
-                 <mxCell id="121" value="FACE" style="edgeLabel;resizable=0;html=1;;align=center;verticalAlign=middle;" connectable="0" vertex="1" parent="120">
-                     <mxGeometry relative="1" as="geometry"/>
-                 </mxCell>
-                 <mxCell id="122" value="1 (1)" style="edgeLabel;resizable=0;html=1;;align=left;verticalAlign=bottom;" connectable="0" vertex="1" parent="120">
+                 <mxCell id="121" value="FACE" style="edgeLabel;resizable=0;html=1;;align=center;verticalAlign=middle;" parent="120" connectable="0" vertex="1">
+                     <mxGeometry relative="1" as="geometry"/>
+                 </mxCell>
+                 <mxCell id="122" value="1 (1)" style="edgeLabel;resizable=0;html=1;;align=left;verticalAlign=bottom;" parent="120" connectable="0" vertex="1">
                    <mxGeometry x="-1" relative="1" as="geometry">
                        <mxPoint y="16" as="offset"/>
                    </mxGeometry>
                </mxCell>
-                 <mxCell id="123" value="M (0)" style="edgeLabel;resizable=0;html=1;;align=right;verticalAlign=bottom;" connectable="0" vertex="1" parent="120">
+                 <mxCell id="123" value="M (0)" style="edgeLabel;resizable=0;html=1;;align=right;verticalAlign=bottom;" parent="120" connectable="0" vertex="1">
                    <mxGeometry x="1" relative="1" as="geometry">
                        <mxPoint x="-2" as="offset"/>
                    </mxGeometry>
                </mxCell>
            </root>
        </mxGraphModel>
    </diagram>
</mxfile>